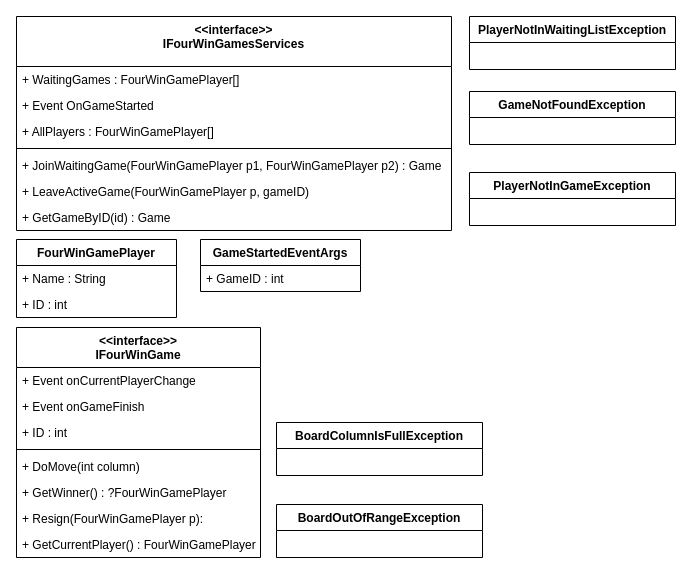
The draw.io diagram page "BusinessLogic.Contracts" (2 of 4) of 4WinsGame/4WinGame/Architecture/20230216JLe(Klassendiagramme).drawio in JonasKrammerInfoteam/MiniprojektMultiplayerGame, before the edit. Source tidied: cells renumbered, new cells numbered last; positions are measured from the earlier drawing's top-left corner, leaving out a move shared by most shapes. Both pictures are drawn from the tidied source at 100%, with x=0, y=0 at pixel (16, 16).
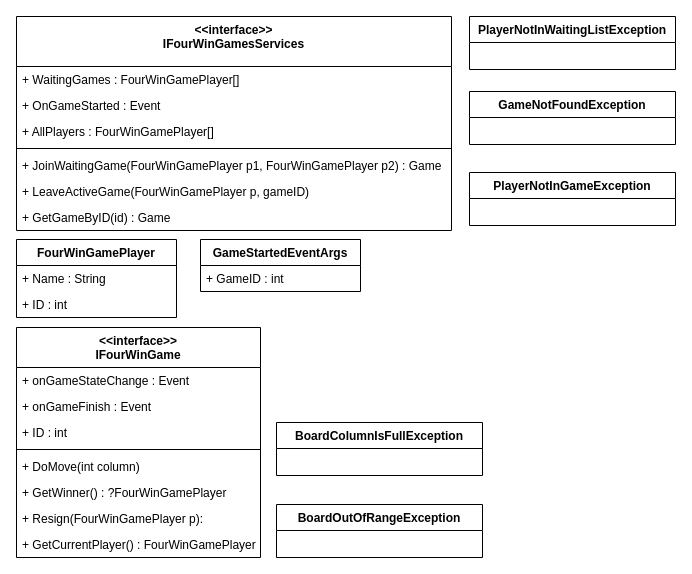
Above is the later version.

The change refers to these unchanged cells:
```xml
<mxCell id="5" value="&lt;&lt;interface&gt;&gt;&#10;IFourWinGame" style="swimlane;fontStyle=1;align=center;verticalAlign=top;horizontal=1;startSize=40;" parent="1" vertex="1">
  <mxGeometry y="311" width="244" height="230" as="geometry" />
</mxCell>
<mxCell id="14" value="&lt;&lt;interface&gt;&gt;&#10;IFourWinGamesServices" style="swimlane;fontStyle=1;align=center;verticalAlign=top;horizontal=1;startSize=50;" parent="1" vertex="1">
  <mxGeometry width="435" height="214" as="geometry" />
</mxCell>
```

What changed in the source:
```diff
@@
-    <mxCell id="6" value="+ Event onCurrentPlayerChange" style="text;strokeColor=none;fillColor=none;align=left;verticalAlign=top;spacingLeft=4;spacingRight=4;overflow=hidden;" parent="5" vertex="1">
+    <mxCell id="6" value="+ onGameStateChange : Event " style="text;strokeColor=none;fillColor=none;align=left;verticalAlign=top;spacingLeft=4;spacingRight=4;overflow=hidden;" parent="5" vertex="1">
       <mxGeometry y="40" width="244" height="26" as="geometry" />
     </mxCell>
-    <mxCell id="7" value="+ Event onGameFinish" style="text;strokeColor=none;fillColor=none;align=left;verticalAlign=top;spacingLeft=4;spacingRight=4;overflow=hidden;" parent="5" vertex="1">
+    <mxCell id="7" value="+ onGameFinish : Event" style="text;strokeColor=none;fillColor=none;align=left;verticalAlign=top;spacingLeft=4;spacingRight=4;overflow=hidden;" parent="5" vertex="1">
       <mxGeometry y="66" width="244" height="26" as="geometry" />
     </mxCell>
@@
-    <mxCell id="16" value="+ Event OnGameStarted" style="text;strokeColor=none;fillColor=none;align=left;verticalAlign=top;spacingLeft=4;spacingRight=4;overflow=hidden;" parent="14" vertex="1">
+    <mxCell id="16" value="+ OnGameStarted : Event" style="text;strokeColor=none;fillColor=none;align=left;verticalAlign=top;spacingLeft=4;spacingRight=4;overflow=hidden;" parent="14" vertex="1">
       <mxGeometry y="76" width="435" height="26" as="geometry" />
     </mxCell>
```
